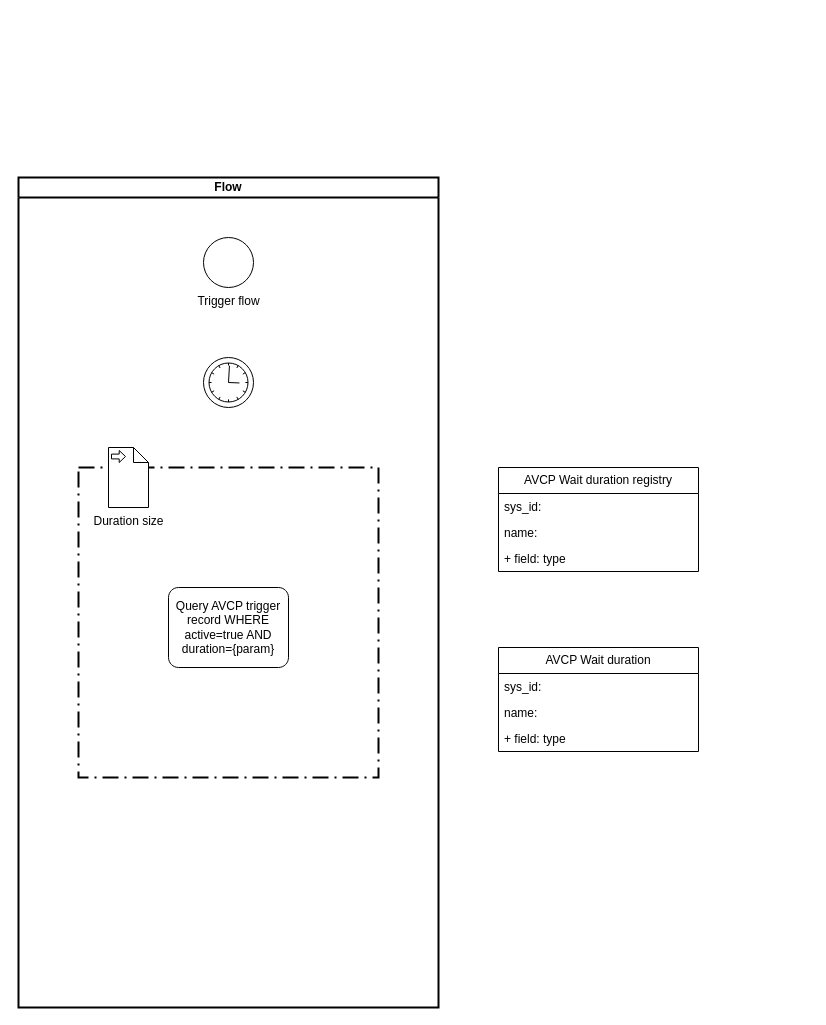
Before: Flow Wait cache and setting.drawio in ceskie/CCW1856, a draw.io diagram. Source tidied: cells renumbered, new cells numbered last; positions are measured from the earlier drawing's top-left corner, leaving out a move shared by most shapes. Both pictures are drawn from the tidied source at 100%, with x=0, y=0 at pixel (18, 177).
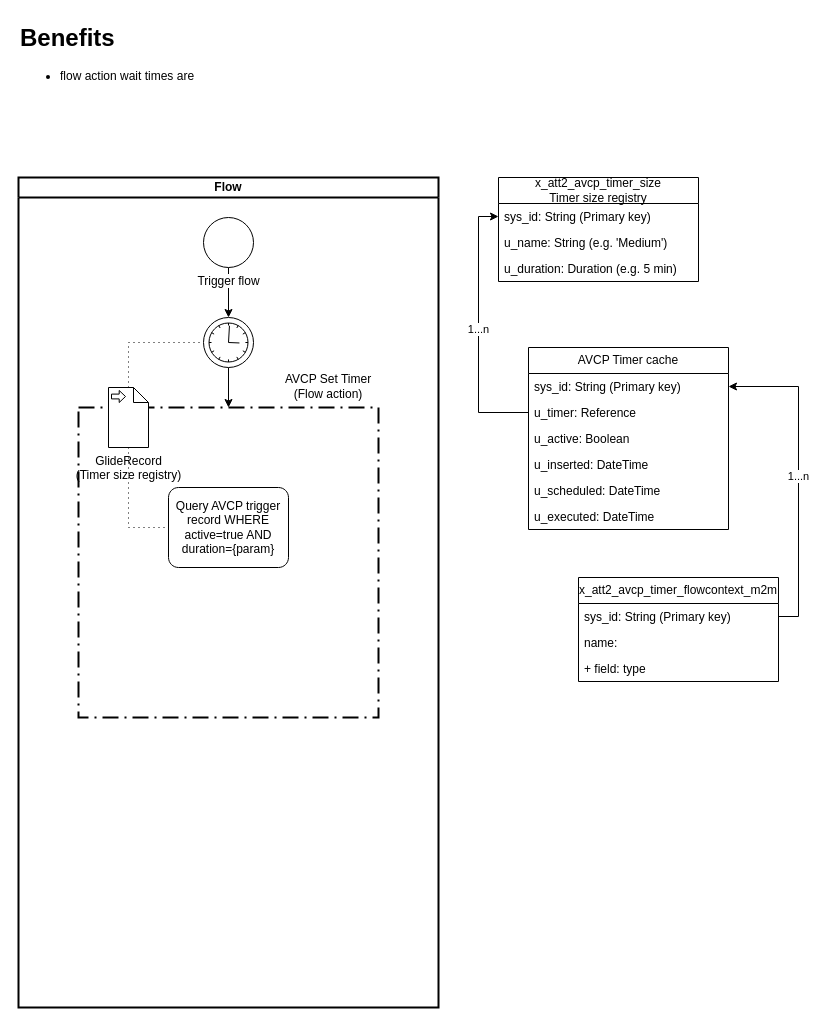
The same diagram, later.

Unchanged cells that the change refers to:
```xml
<mxCell id="2" value="&lt;b&gt;Flow&lt;/b&gt;" style="swimlane;html=1;startSize=20;fontStyle=0;horizontal=1;swimlaneLine=1;strokeWidth=2;swimlaneFillColor=#ffffff;whiteSpace=wrap;" parent="1" vertex="1">
  <mxGeometry width="420" height="830" as="geometry" />
</mxCell>
```

Change to the diagram source:
```diff
@@
     <mxCell id="3" style="points=[[0.25,0,0],[0.5,0,0],[0.75,0,0],[1,0.25,0],[1,0.5,0],[1,0.75,0],[0.75,1,0],[0.5,1,0],[0.25,1,0],[0,0.75,0],[0,0.5,0],[0,0.25,0]];rounded=1;arcSize=0;dashed=1;strokeColor=#000000;fillColor=none;gradientColor=none;dashPattern=8 3 1 3;strokeWidth=2;whiteSpace=wrap;html=1;" parent="2" vertex="1">
-      <mxGeometry x="60" y="290" width="300" height="310" as="geometry" />
+      <mxGeometry x="60" y="230" width="300" height="310" as="geometry" />
     </mxCell>
+    <mxCell id="16" style="edgeStyle=orthogonalEdgeStyle;rounded=0;jettySize=auto;html=1;" parent="2" edge="1" source="4" target="6">
+      <mxGeometry relative="1" as="geometry" />
+    </mxCell>
     <mxCell id="4" value="Trigger flow" style="points=[[0.145,0.145,0],[0.5,0,0],[0.855,0.145,0],[1,0.5,0],[0.855,0.855,0],[0.5,1,0],[0.145,0.855,0],[0,0.5,0]];shape=mxgraph.bpmn.event;html=1;verticalLabelPosition=bottom;labelBackgroundColor=#ffffff;verticalAlign=top;align=center;perimeter=ellipsePerimeter;outlineConnect=0;outline=standard;symbol=general;" parent="2" vertex="1">
-      <mxGeometry x="185" y="60" width="50" height="50" as="geometry" />
+      <mxGeometry x="185" y="40" width="50" height="50" as="geometry" />
     </mxCell>
     <mxCell id="5" value="Query AVCP trigger record WHERE&lt;br&gt;active=true AND duration={param}" style="points=[[0.25,0,0],[0.5,0,0],[0.75,0,0],[1,0.25,0],[1,0.5,0],[1,0.75,0],[0.75,1,0],[0.5,1,0],[0.25,1,0],[0,0.75,0],[0,0.5,0],[0,0.25,0]];shape=mxgraph.bpmn.task;whiteSpace=wrap;rectStyle=rounded;size=10;html=1;taskMarker=abstract;" parent="2" vertex="1">
-      <mxGeometry x="150" y="410" width="120" height="80" as="geometry" />
+      <mxGeometry x="150" y="310" width="120" height="80" as="geometry" />
     </mxCell>
+    <mxCell id="17" style="edgeStyle=orthogonalEdgeStyle;rounded=0;jettySize=auto;html=1;" parent="2" edge="1" source="6" target="3">
+      <mxGeometry relative="1" as="geometry" />
+    </mxCell>
     <mxCell id="6" style="points=[[0.145,0.145,0],[0.5,0,0],[0.855,0.145,0],[1,0.5,0],[0.855,0.855,0],[0.5,1,0],[0.145,0.855,0],[0,0.5,0]];shape=mxgraph.bpmn.event;html=1;verticalLabelPosition=bottom;labelBackgroundColor=#ffffff;verticalAlign=top;align=center;perimeter=ellipsePerimeter;outlineConnect=0;outline=standard;symbol=timer;" parent="2" vertex="1">
-      <mxGeometry x="185" y="180" width="50" height="50" as="geometry" />
+      <mxGeometry x="185" y="140" width="50" height="50" as="geometry" />
     </mxCell>
-    <mxCell id="7" value="Duration size" style="shape=mxgraph.bpmn.data;labelPosition=center;verticalLabelPosition=bottom;align=center;verticalAlign=top;size=15;html=1;bpmnTransferType=input;" parent="2" vertex="1">
-      <mxGeometry x="90" y="270" width="40" height="60" as="geometry" />
+    <mxCell id="7" value="GlideRecord&lt;br&gt;(Timer size registry)" style="shape=mxgraph.bpmn.data;labelPosition=center;verticalLabelPosition=bottom;align=center;verticalAlign=top;size=15;html=1;bpmnTransferType=input;" parent="2" vertex="1">
+      <mxGeometry x="90" y="210" width="40" height="60" as="geometry" />
     </mxCell>
+    <mxCell id="18" style="edgeStyle=elbowEdgeStyle;fontSize=12;html=1;endFill=0;startFill=0;endSize=6;startSize=6;dashed=1;dashPattern=1 4;endArrow=none;startArrow=none;rounded=0;" parent="2" edge="1" source="7" target="6">
+      <mxGeometry relative="1" as="geometry">
+        <Array as="points">
+          <mxPoint x="110" y="220" />
+        </Array>
+      </mxGeometry>
+    </mxCell>
+    <mxCell id="19" style="edgeStyle=elbowEdgeStyle;fontSize=12;html=1;endFill=0;startFill=0;endSize=6;startSize=6;dashed=1;dashPattern=1 4;endArrow=none;startArrow=none;rounded=0;" parent="2" edge="1" source="7" target="5">
+      <mxGeometry relative="1" as="geometry">
+        <Array as="points">
+          <mxPoint x="110" y="300" />
+        </Array>
+      </mxGeometry>
+    </mxCell>
+    <mxCell id="20" value="AVCP Set Timer (Flow action)" style="text;html=1;strokeColor=none;fillColor=none;align=center;verticalAlign=middle;whiteSpace=wrap;rounded=0;" parent="2" vertex="1">
+      <mxGeometry x="260" y="194" width="100" height="30" as="geometry" />
+    </mxCell>
-    <mxCell id="8" value="AVCP Wait duration registry" style="swimlane;fontStyle=0;horizontal=1;startSize=26;fillColor=none;whiteSpace=wrap;html=1;" parent="1" vertex="1">
-      <mxGeometry x="480" y="290" width="200" height="104" as="geometry" />
+    <mxCell id="8" value="x_att2_avcp_timer_size&lt;br&gt;Timer size registry" style="swimlane;fontStyle=0;horizontal=1;startSize=26;fillColor=none;whiteSpace=wrap;html=1;" parent="1" vertex="1">
+      <mxGeometry x="480" width="200" height="104" as="geometry" />
     </mxCell>
-    <mxCell id="9" value="sys_id:" style="text;strokeColor=none;fillColor=none;align=left;verticalAlign=top;spacingLeft=4;spacingRight=4;overflow=hidden;points=[[0,0.5],[1,0.5]];portConstraint=eastwest;whiteSpace=wrap;html=1;" parent="8" vertex="1">
+    <mxCell id="9" value="sys_id: String (Primary key)" style="text;strokeColor=none;fillColor=none;align=left;verticalAlign=top;spacingLeft=4;spacingRight=4;overflow=hidden;points=[[0,0.5],[1,0.5]];portConstraint=eastwest;whiteSpace=wrap;html=1;" parent="8" vertex="1">
       <mxGeometry y="26" width="200" height="26" as="geometry" />
     </mxCell>
-    <mxCell id="10" value="name: " style="text;strokeColor=none;fillColor=none;align=left;verticalAlign=top;spacingLeft=4;spacingRight=4;overflow=hidden;whiteSpace=wrap;html=1;" parent="8" vertex="1">
+    <mxCell id="10" value="u_name: String (e.g. 'Medium')" style="text;strokeColor=none;fillColor=none;align=left;verticalAlign=top;spacingLeft=4;spacingRight=4;overflow=hidden;whiteSpace=wrap;html=1;" parent="8" vertex="1">
       <mxGeometry y="52" width="200" height="26" as="geometry" />
     </mxCell>
-    <mxCell id="11" value="+ field: type" style="text;strokeColor=none;fillColor=none;align=left;verticalAlign=top;spacingLeft=4;spacingRight=4;overflow=hidden;whiteSpace=wrap;html=1;" parent="8" vertex="1">
+    <mxCell id="11" value="u_duration: Duration (e.g. 5 min)" style="text;strokeColor=none;fillColor=none;align=left;verticalAlign=top;spacingLeft=4;spacingRight=4;overflow=hidden;whiteSpace=wrap;html=1;" parent="8" vertex="1">
       <mxGeometry y="78" width="200" height="26" as="geometry" />
     </mxCell>
-    <mxCell id="12" value="AVCP Wait duration" style="swimlane;fontStyle=0;horizontal=1;startSize=26;fillColor=none;whiteSpace=wrap;html=1;" parent="1" vertex="1">
-      <mxGeometry x="480" y="470" width="200" height="104" as="geometry" />
+    <mxCell id="12" value="AVCP Timer cache" style="swimlane;fontStyle=0;horizontal=1;startSize=26;fillColor=none;whiteSpace=wrap;html=1;" parent="1" vertex="1">
+      <mxGeometry x="510" y="170" width="200" height="182" as="geometry" />
     </mxCell>
-    <mxCell id="13" value="sys_id:" style="text;strokeColor=none;fillColor=none;align=left;verticalAlign=top;spacingLeft=4;spacingRight=4;overflow=hidden;points=[[0,0.5],[1,0.5]];portConstraint=eastwest;whiteSpace=wrap;html=1;" parent="12" vertex="1">
+    <mxCell id="13" value="sys_id: String (Primary key)" style="text;strokeColor=none;fillColor=none;align=left;verticalAlign=top;spacingLeft=4;spacingRight=4;overflow=hidden;points=[[0,0.5],[1,0.5]];portConstraint=eastwest;whiteSpace=wrap;html=1;" parent="12" vertex="1">
       <mxGeometry y="26" width="200" height="26" as="geometry" />
     </mxCell>
-    <mxCell id="14" value="name: " style="text;strokeColor=none;fillColor=none;align=left;verticalAlign=top;spacingLeft=4;spacingRight=4;overflow=hidden;points=[[0,0.5],[1,0.5]];portConstraint=eastwest;whiteSpace=wrap;html=1;" parent="12" vertex="1">
+    <mxCell id="14" value="u_timer: Reference" style="text;strokeColor=none;fillColor=none;align=left;verticalAlign=top;spacingLeft=4;spacingRight=4;overflow=hidden;points=[[0,0.5],[1,0.5]];portConstraint=eastwest;whiteSpace=wrap;html=1;" parent="12" vertex="1">
       <mxGeometry y="52" width="200" height="26" as="geometry" />
     </mxCell>
+    <mxCell id="21" value="u_active: Boolean" style="text;strokeColor=none;fillColor=none;align=left;verticalAlign=top;spacingLeft=4;spacingRight=4;overflow=hidden;whiteSpace=wrap;html=1;" parent="12" vertex="1">
+      <mxGeometry y="78" width="200" height="26" as="geometry" />
+    </mxCell>
-    <mxCell id="15" value="+ field: type" style="text;strokeColor=none;fillColor=none;align=left;verticalAlign=top;spacingLeft=4;spacingRight=4;overflow=hidden;whiteSpace=wrap;html=1;" parent="12" vertex="1">
-      <mxGeometry y="78" width="200" height="26" as="geometry" />
+    <mxCell id="15" value="u_inserted: DateTime" style="text;strokeColor=none;fillColor=none;align=left;verticalAlign=top;spacingLeft=4;spacingRight=4;overflow=hidden;whiteSpace=wrap;html=1;" parent="12" vertex="1">
+      <mxGeometry y="104" width="200" height="26" as="geometry" />
     </mxCell>
+    <mxCell id="22" value="u_scheduled: DateTime" style="text;strokeColor=none;fillColor=none;align=left;verticalAlign=top;spacingLeft=4;spacingRight=4;overflow=hidden;whiteSpace=wrap;html=1;" parent="12" vertex="1">
+      <mxGeometry y="130" width="200" height="26" as="geometry" />
+    </mxCell>
+    <mxCell id="23" value="u_executed: DateTime" style="text;strokeColor=none;fillColor=none;align=left;verticalAlign=top;spacingLeft=4;spacingRight=4;overflow=hidden;whiteSpace=wrap;html=1;" parent="12" vertex="1">
+      <mxGeometry y="156" width="200" height="26" as="geometry" />
+    </mxCell>
+    <mxCell id="24" value="x_att2_avcp_timer_flowcontext_m2m" style="swimlane;fontStyle=0;horizontal=1;startSize=26;fillColor=none;whiteSpace=wrap;html=1;" parent="1" vertex="1">
+      <mxGeometry x="560" y="400" width="200" height="104" as="geometry" />
+    </mxCell>
+    <mxCell id="25" value="sys_id: String (Primary key)" style="text;strokeColor=none;fillColor=none;align=left;verticalAlign=top;spacingLeft=4;spacingRight=4;overflow=hidden;points=[[0,0.5],[1,0.5]];portConstraint=eastwest;whiteSpace=wrap;html=1;" parent="24" vertex="1">
+      <mxGeometry y="26" width="200" height="26" as="geometry" />
+    </mxCell>
+    <mxCell id="26" value="name: " style="text;strokeColor=none;fillColor=none;align=left;verticalAlign=top;spacingLeft=4;spacingRight=4;overflow=hidden;whiteSpace=wrap;html=1;" parent="24" vertex="1">
+      <mxGeometry y="52" width="200" height="26" as="geometry" />
+    </mxCell>
+    <mxCell id="27" value="+ field: type" style="text;strokeColor=none;fillColor=none;align=left;verticalAlign=top;spacingLeft=4;spacingRight=4;overflow=hidden;whiteSpace=wrap;html=1;" parent="24" vertex="1">
+      <mxGeometry y="78" width="200" height="26" as="geometry" />
+    </mxCell>
+    <mxCell id="28" value="1...n" style="edgeStyle=orthogonalEdgeStyle;rounded=0;jettySize=auto;html=1;" parent="1" edge="1" source="14" target="9">
+      <mxGeometry relative="1" as="geometry">
+        <Array as="points">
+          <mxPoint x="460" y="235" />
+          <mxPoint x="460" y="39" />
+        </Array>
+      </mxGeometry>
+    </mxCell>
+    <mxCell id="29" value="1...n" style="edgeStyle=orthogonalEdgeStyle;rounded=0;jettySize=auto;html=1;" parent="1" edge="1" source="25" target="13">
+      <mxGeometry relative="1" as="geometry">
+        <Array as="points">
+          <mxPoint x="780" y="439" />
+          <mxPoint x="780" y="209" />
+        </Array>
+      </mxGeometry>
+    </mxCell>
+    <mxCell id="30" value="&lt;h1 style=&quot;margin-top: 0px;&quot;&gt;Benefits&lt;/h1&gt;&lt;ul&gt;&lt;li&gt;flow action wait times are &lt;br&gt;&lt;/li&gt;&lt;/ul&gt;" style="text;html=1;whiteSpace=wrap;overflow=hidden;rounded=0;" parent="1" vertex="1">
+      <mxGeometry y="-160" width="240" height="120" as="geometry" />
+    </mxCell>
```
